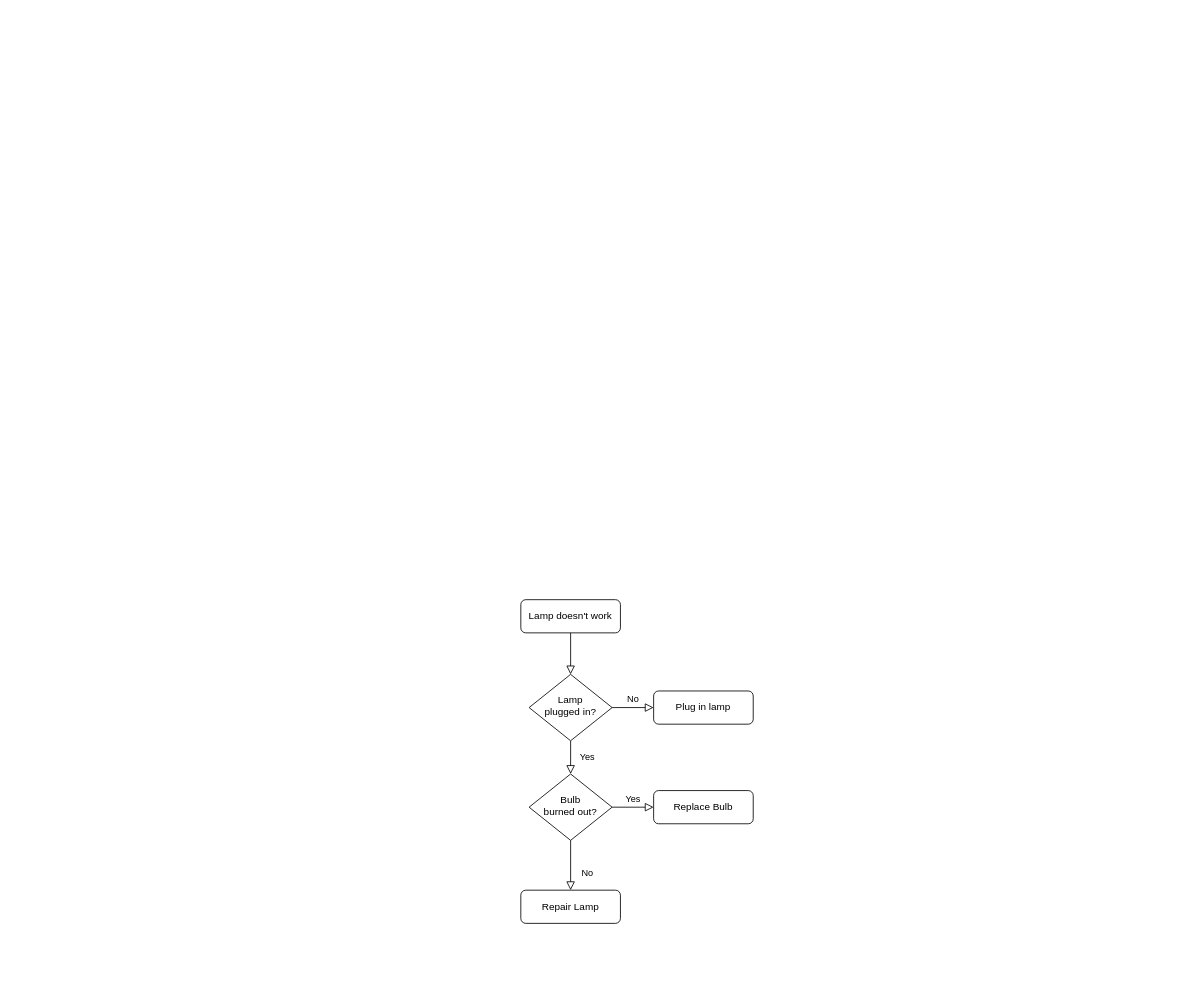
The draw.io diagram pipeline/Untitled Diagram.drawio in IsmaelMekene/OCR-medicalword-detection, before the edit. Source tidied: cells renumbered, new cells numbered last; positions are measured from the earlier drawing's top-left corner, leaving out a move shared by most shapes. Both pictures are drawn from the tidied source at 83%, with x=0, y=0 at pixel (520, 599).
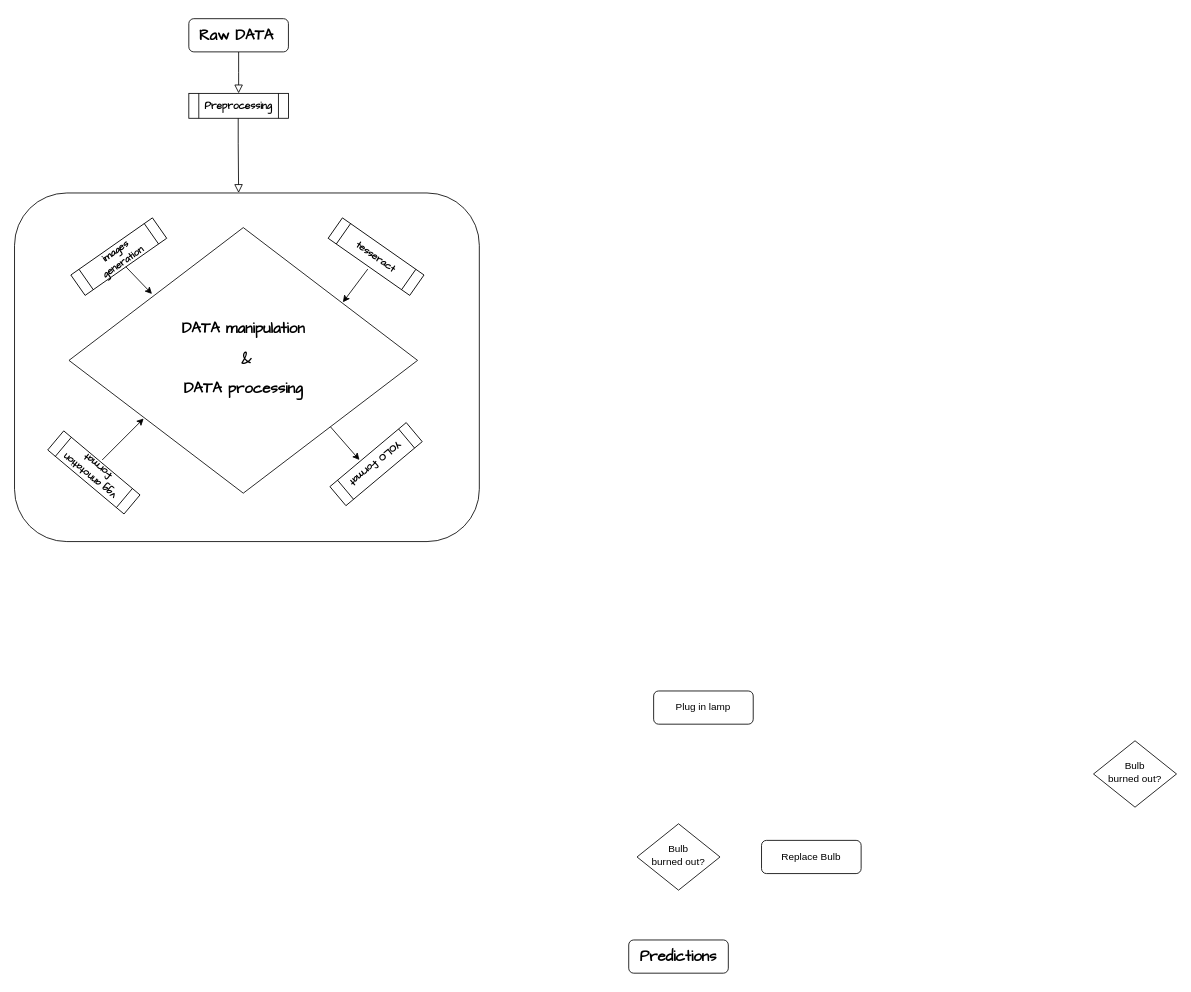
The same diagram, later.

The change refers to these unchanged cells:
```xml
<mxCell id="7" value="Plug in lamp" style="rounded=1;whiteSpace=wrap;html=1;fontSize=12;glass=0;strokeWidth=1;shadow=0;" parent="1" vertex="1">
  <mxGeometry x="160" y="110" width="120" height="40" as="geometry" />
</mxCell>
```

What changed in the source:
```diff
@@
-    <mxCell id="2" style="rounded=0;html=1;jettySize=auto;fontSize=11;endArrow=block;endFill=0;endSize=8;strokeWidth=1;shadow=0;labelBackgroundColor=none;edgeStyle=orthogonalEdgeStyle;" parent="1" edge="1" source="3" target="6">
-      <mxGeometry relative="1" as="geometry" />
-    </mxCell>
-    <mxCell id="3" value="Lamp doesn't work" style="rounded=1;whiteSpace=wrap;html=1;fontSize=12;glass=0;strokeWidth=1;shadow=0;" parent="1" vertex="1">
-      <mxGeometry width="120" height="40" as="geometry" />
-    </mxCell>
-    <mxCell id="4" value="Yes" style="rounded=0;html=1;jettySize=auto;fontSize=11;endArrow=block;endFill=0;endSize=8;strokeWidth=1;shadow=0;labelBackgroundColor=none;edgeStyle=orthogonalEdgeStyle;" parent="1" edge="1" source="6" target="10">
-      <mxGeometry y="20" relative="1" as="geometry" />
-    </mxCell>
-    <mxCell id="5" value="No" style="edgeStyle=orthogonalEdgeStyle;rounded=0;html=1;jettySize=auto;fontSize=11;endArrow=block;endFill=0;endSize=8;strokeWidth=1;shadow=0;labelBackgroundColor=none;" parent="1" edge="1" source="6" target="7">
-      <mxGeometry y="10" relative="1" as="geometry" />
-    </mxCell>
-    <mxCell id="6" value="Lamp&lt;br&gt;plugged in?" style="rhombus;whiteSpace=wrap;html=1;shadow=0;fontFamily=Helvetica;fontSize=12;align=center;strokeWidth=1;spacing=6;spacingTop=-4;" parent="1" vertex="1">
-      <mxGeometry x="10" y="90" width="100" height="80" as="geometry" />
-    </mxCell>
@@
-    <mxCell id="8" value="No" style="rounded=0;html=1;jettySize=auto;fontSize=11;endArrow=block;endFill=0;endSize=8;strokeWidth=1;shadow=0;labelBackgroundColor=none;edgeStyle=orthogonalEdgeStyle;" parent="1" edge="1" source="10" target="11">
-      <mxGeometry x="0.33" y="20" relative="1" as="geometry" />
-    </mxCell>
-    <mxCell id="9" value="Yes" style="edgeStyle=orthogonalEdgeStyle;rounded=0;html=1;jettySize=auto;fontSize=11;endArrow=block;endFill=0;endSize=8;strokeWidth=1;shadow=0;labelBackgroundColor=none;" parent="1" edge="1" source="10" target="12">
-      <mxGeometry y="10" relative="1" as="geometry" />
-    </mxCell>
+    <mxCell id="13" style="group;" parent="1" vertex="1">
+      <mxGeometry x="130" y="270" width="280" height="180" as="geometry" />
+    </mxCell>
-    <mxCell id="10" value="Bulb&lt;br&gt;burned out?" style="rhombus;whiteSpace=wrap;html=1;shadow=0;fontFamily=Helvetica;fontSize=12;align=center;strokeWidth=1;spacing=6;spacingTop=-4;" parent="1" vertex="1">
-      <mxGeometry x="10" y="210" width="100" height="80" as="geometry" />
+    <mxCell id="10" value="Bulb&lt;br&gt;burned out?" style="rhombus;whiteSpace=wrap;html=1;shadow=0;fontFamily=Helvetica;fontSize=12;align=center;strokeWidth=1;spacing=6;spacingTop=-4;" parent="13" vertex="1">
+      <mxGeometry x="10" width="100" height="80" as="geometry" />
     </mxCell>
-    <mxCell id="11" value="Repair Lamp" style="rounded=1;whiteSpace=wrap;html=1;fontSize=12;glass=0;strokeWidth=1;shadow=0;" parent="1" vertex="1">
-      <mxGeometry y="350" width="120" height="40" as="geometry" />
+    <mxCell id="11" value="&lt;h2&gt;&lt;font face=&quot;Comic Sans MS&quot;&gt;Predictions&lt;/font&gt;&lt;/h2&gt;" style="rounded=1;whiteSpace=wrap;html=1;fontSize=12;glass=0;strokeWidth=1;shadow=0;" parent="13" vertex="1">
+      <mxGeometry y="140" width="120" height="40" as="geometry" />
     </mxCell>
-    <mxCell id="12" value="Replace Bulb" style="rounded=1;whiteSpace=wrap;html=1;fontSize=12;glass=0;strokeWidth=1;shadow=0;" parent="1" vertex="1">
-      <mxGeometry x="160" y="230" width="120" height="40" as="geometry" />
+    <mxCell id="12" value="Replace Bulb" style="rounded=1;whiteSpace=wrap;html=1;fontSize=12;glass=0;strokeWidth=1;shadow=0;" parent="13" vertex="1">
+      <mxGeometry x="160" y="20" width="120" height="40" as="geometry" />
     </mxCell>
+    <mxCell id="14" style="group;" parent="1" vertex="1">
+      <mxGeometry x="-570" y="-700" width="520" height="630" as="geometry" />
+    </mxCell>
+    <mxCell id="15" style="rounded=1;whiteSpace=wrap;html=1;" parent="14" vertex="1">
+      <mxGeometry x="-40" y="210" width="560" height="420" as="geometry" />
+    </mxCell>
+    <mxCell id="16" style="group;" parent="14" vertex="1">
+      <mxGeometry y="240" width="506.7" height="390" as="geometry" />
+    </mxCell>
+    <mxCell id="6" value="&lt;h2&gt;&lt;font face=&quot;Comic Sans MS&quot;&gt;DATA manipulation&lt;/font&gt;&lt;/h2&gt;&lt;h2&gt;&lt;font face=&quot;Comic Sans MS&quot;&gt;&amp;nbsp;&amp;amp;&lt;/font&gt;&lt;/h2&gt;&lt;h2&gt;&lt;font face=&quot;Comic Sans MS&quot;&gt;DATA processing&lt;/font&gt;&lt;/h2&gt;" style="rhombus;whiteSpace=wrap;html=1;shadow=0;fontFamily=Helvetica;fontSize=12;align=center;strokeWidth=1;spacing=6;spacingTop=-4;" parent="16" vertex="1">
+      <mxGeometry x="25.6" y="11.7" width="420" height="320" as="geometry" />
+    </mxCell>
+    <mxCell id="17" value="&lt;h4&gt;&lt;font face=&quot;Comic Sans MS&quot;&gt;images generation&lt;/font&gt;&lt;/h4&gt;" style="shape=process;whiteSpace=wrap;html=1;backgroundOutline=1;fontStyle=1;rotation=-35;" parent="16" vertex="1">
+      <mxGeometry x="25.6" y="31.7" width="120" height="30" as="geometry" />
+    </mxCell>
+    <mxCell id="18" value="&lt;h4&gt;&lt;font face=&quot;Comic Sans MS&quot;&gt;tesseract&lt;/font&gt;&lt;/h4&gt;" style="shape=process;whiteSpace=wrap;html=1;backgroundOutline=1;fontStyle=1;rotation=35;direction=west;" parent="16" vertex="1">
+      <mxGeometry x="335.6" y="31.7" width="120" height="30" as="geometry" />
+    </mxCell>
+    <mxCell id="19" value="&lt;h4&gt;&lt;font face=&quot;Comic Sans MS&quot;&gt;vgg annotation format&lt;/font&gt;&lt;/h4&gt;" style="shape=process;whiteSpace=wrap;html=1;backgroundOutline=1;fontStyle=1;rotation=-140;" parent="16" vertex="1">
+      <mxGeometry x="-4.4" y="291.7" width="120" height="30" as="geometry" />
+    </mxCell>
+    <mxCell id="20" value="&lt;h4&gt;&lt;font face=&quot;Comic Sans MS&quot;&gt;YOLO format&lt;/font&gt;&lt;/h4&gt;" style="shape=process;whiteSpace=wrap;html=1;backgroundOutline=1;fontStyle=1;rotation=-220;" parent="16" vertex="1">
+      <mxGeometry x="335.6" y="281.7" width="120" height="30" as="geometry" />
+    </mxCell>
+    <mxCell id="21" style="endArrow=classic;html=1;" parent="16" edge="1">
+      <mxGeometry relative="1" as="geometry">
+        <mxPoint x="65.6" y="291.7" as="sourcePoint" />
+        <mxPoint x="115.6" y="241.7" as="targetPoint" />
+      </mxGeometry>
+    </mxCell>
+    <mxCell id="22" style="endArrow=classic;html=1;exitX=1;exitY=1;exitDx=0;exitDy=0;" parent="16" edge="1" source="6">
+      <mxGeometry relative="1" as="geometry">
+        <mxPoint x="375.6" y="291.7" as="targetPoint" />
+      </mxGeometry>
+    </mxCell>
+    <mxCell id="23" style="endArrow=classic;html=1;exitX=0.5;exitY=1;exitDx=0;exitDy=0;" parent="16" edge="1" source="17">
+      <mxGeometry relative="1" as="geometry">
+        <mxPoint x="125.6" y="91.7" as="targetPoint" />
+      </mxGeometry>
+    </mxCell>
+    <mxCell id="24" style="endArrow=classic;html=1;" parent="16" edge="1">
+      <mxGeometry relative="1" as="geometry">
+        <mxPoint x="385.6" y="61.7" as="sourcePoint" />
+        <mxPoint x="355.6" y="101.7" as="targetPoint" />
+      </mxGeometry>
+    </mxCell>
+    <mxCell id="25" style="group;" parent="14" vertex="1">
+      <mxGeometry x="170" width="120" height="120" as="geometry" />
+    </mxCell>
+    <mxCell id="2" style="rounded=0;html=1;jettySize=auto;fontSize=11;endArrow=block;endFill=0;endSize=8;strokeWidth=1;shadow=0;labelBackgroundColor=none;edgeStyle=orthogonalEdgeStyle;" parent="25" edge="1" source="3">
+      <mxGeometry relative="1" as="geometry">
+        <mxPoint x="60" y="90" as="targetPoint" />
+      </mxGeometry>
+    </mxCell>
+    <mxCell id="3" value="&lt;h2&gt;&lt;font face=&quot;Comic Sans MS&quot;&gt;Raw DATA&lt;/font&gt;&amp;nbsp;&lt;/h2&gt;" style="rounded=1;whiteSpace=wrap;html=1;fontSize=12;glass=0;strokeWidth=1;shadow=0;" parent="25" vertex="1">
+      <mxGeometry width="120" height="40" as="geometry" />
+    </mxCell>
+    <mxCell id="26" value="&lt;h4&gt;&lt;font face=&quot;Comic Sans MS&quot;&gt;Preprocessing&lt;/font&gt;&lt;/h4&gt;" style="shape=process;whiteSpace=wrap;html=1;backgroundOutline=1;fontStyle=1;" parent="25" vertex="1">
+      <mxGeometry y="90" width="120" height="30" as="geometry" />
+    </mxCell>
+    <mxCell id="27" style="rounded=0;html=1;jettySize=auto;orthogonalLoop=1;fontSize=11;endArrow=block;endFill=0;endSize=8;strokeWidth=1;shadow=0;labelBackgroundColor=none;edgeStyle=orthogonalEdgeStyle;" parent="14" edge="1">
+      <mxGeometry relative="1" as="geometry">
+        <mxPoint x="229.5" y="120" as="sourcePoint" />
+        <mxPoint x="230" y="210" as="targetPoint" />
+        <Array as="points">
+          <mxPoint x="230" y="150" />
+          <mxPoint x="230" y="150" />
+        </Array>
+      </mxGeometry>
+    </mxCell>
+    <mxCell id="28" value="Bulb&lt;br&gt;burned out?" style="rhombus;whiteSpace=wrap;html=1;shadow=0;fontFamily=Helvetica;fontSize=12;align=center;strokeWidth=1;spacing=6;spacingTop=-4;" parent="1" vertex="1">
+      <mxGeometry x="690" y="170" width="100" height="80" as="geometry" />
+    </mxCell>
```
